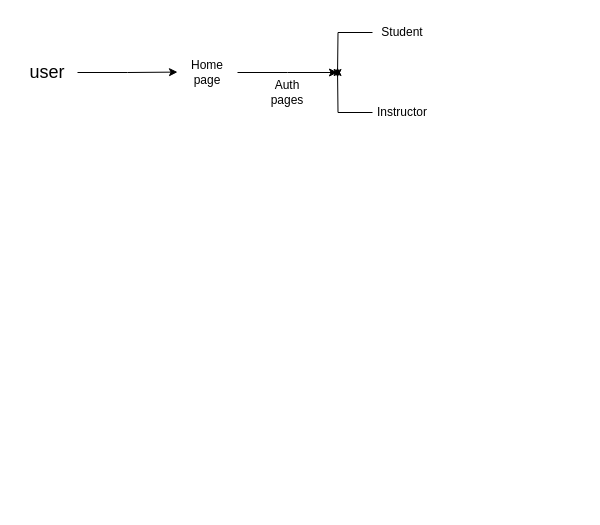
Above: docs/roadmap.drawio in ysdhuri312/lms-v2 (draw.io), before the change. Source tidied: cells renumbered, new cells numbered last; positions are measured from the earlier drawing's top-left corner, leaving out a move shared by most shapes. Both pictures are drawn from the tidied source at 100%, with x=0, y=0 at pixel (17, 17).
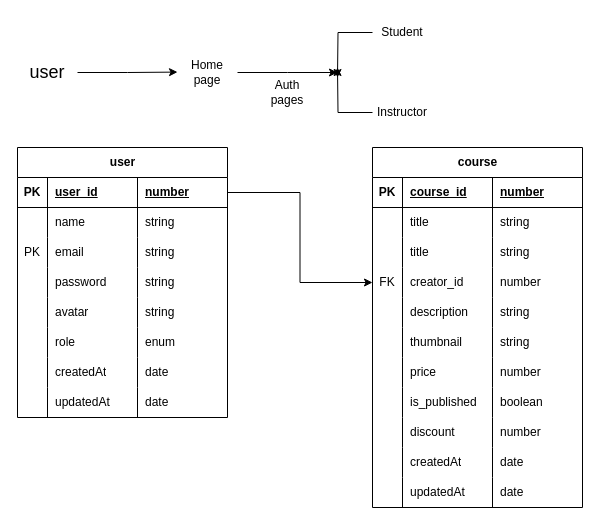
The same diagram, later.

Commit message (it also covers changes not shown here):
Update backend module

The edit, as a diff of the source:
```diff
@@
+    <mxCell id="11" value="user" style="shape=table;startSize=30;childLayout=tableLayout;rowLines=0;fontStyle=1;align=center;html=1;" parent="1" vertex="1">
+      <mxGeometry y="130" width="210" height="270" as="geometry" />
+    </mxCell>
+    <mxCell id="12" style="shape=tableRow;horizontal=0;startSize=0;swimlaneHead=0;swimlaneBody=0;fillColor=none;points=[[0,0.5],[1,0.5]];portConstraint=eastwest;top=0;left=0;right=0;bottom=1;" parent="11" vertex="1">
+      <mxGeometry y="30" width="210" height="30" as="geometry" />
+    </mxCell>
+    <mxCell id="13" value="PK" style="shape=partialRectangle;fillColor=none;top=0;left=0;bottom=0;right=0;fontStyle=1;overflow=hidden;whiteSpace=wrap;html=1;" parent="12" vertex="1">
+      <mxGeometry width="30" height="30" as="geometry" />
+    </mxCell>
+    <mxCell id="14" value="user_id" style="shape=partialRectangle;fillColor=none;top=0;left=0;bottom=0;right=0;align=left;spacingLeft=6;fontStyle=5;overflow=hidden;whiteSpace=wrap;html=1;" parent="12" vertex="1">
+      <mxGeometry x="30" width="90" height="30" as="geometry" />
+    </mxCell>
+    <mxCell id="15" value="number" style="shape=partialRectangle;fillColor=none;top=0;left=0;bottom=0;right=0;align=left;spacingLeft=6;fontStyle=5;overflow=hidden;whiteSpace=wrap;html=1;" parent="12" vertex="1">
+      <mxGeometry x="120" width="90" height="30" as="geometry" />
+    </mxCell>
+    <mxCell id="16" style="shape=tableRow;horizontal=0;startSize=0;swimlaneHead=0;swimlaneBody=0;fillColor=none;top=0;left=0;right=0;bottom=0;" parent="11" vertex="1">
+      <mxGeometry y="60" width="210" height="30" as="geometry" />
+    </mxCell>
+    <mxCell id="17" style="shape=partialRectangle;fillColor=none;top=0;left=0;bottom=0;right=0;overflow=hidden;whiteSpace=wrap;html=1;" parent="16" vertex="1">
+      <mxGeometry width="30" height="30" as="geometry" />
+    </mxCell>
+    <mxCell id="18" value="name" style="shape=partialRectangle;fillColor=none;top=0;left=0;bottom=0;right=0;align=left;spacingLeft=6;overflow=hidden;whiteSpace=wrap;html=1;" parent="16" vertex="1">
+      <mxGeometry x="30" width="90" height="30" as="geometry" />
+    </mxCell>
+    <mxCell id="19" value="string" style="shape=partialRectangle;fillColor=none;top=0;left=0;bottom=0;right=0;align=left;spacingLeft=6;overflow=hidden;whiteSpace=wrap;html=1;" parent="16" vertex="1">
+      <mxGeometry x="120" width="90" height="30" as="geometry" />
+    </mxCell>
+    <mxCell id="20" style="shape=tableRow;horizontal=0;startSize=0;swimlaneHead=0;swimlaneBody=0;fillColor=none;top=0;left=0;right=0;bottom=0;" parent="11" vertex="1">
+      <mxGeometry y="90" width="210" height="30" as="geometry" />
+    </mxCell>
+    <mxCell id="21" value="PK" style="shape=partialRectangle;fillColor=none;top=0;left=0;bottom=0;right=0;overflow=hidden;whiteSpace=wrap;html=1;" parent="20" vertex="1">
+      <mxGeometry width="30" height="30" as="geometry" />
+    </mxCell>
+    <mxCell id="22" value="email" style="shape=partialRectangle;fillColor=none;top=0;left=0;bottom=0;right=0;align=left;spacingLeft=6;overflow=hidden;whiteSpace=wrap;html=1;" parent="20" vertex="1">
+      <mxGeometry x="30" width="90" height="30" as="geometry" />
+    </mxCell>
+    <mxCell id="23" value="string" style="shape=partialRectangle;fillColor=none;top=0;left=0;bottom=0;right=0;align=left;spacingLeft=6;overflow=hidden;whiteSpace=wrap;html=1;" parent="20" vertex="1">
+      <mxGeometry x="120" width="90" height="30" as="geometry" />
+    </mxCell>
+    <mxCell id="24" style="shape=tableRow;horizontal=0;startSize=0;swimlaneHead=0;swimlaneBody=0;fillColor=none;top=0;left=0;right=0;bottom=0;" parent="11" vertex="1">
+      <mxGeometry y="120" width="210" height="30" as="geometry" />
+    </mxCell>
+    <mxCell id="25" style="shape=partialRectangle;fillColor=none;top=0;left=0;bottom=0;right=0;overflow=hidden;whiteSpace=wrap;html=1;" parent="24" vertex="1">
+      <mxGeometry width="30" height="30" as="geometry" />
+    </mxCell>
+    <mxCell id="26" value="password" style="shape=partialRectangle;fillColor=none;top=0;left=0;bottom=0;right=0;align=left;spacingLeft=6;overflow=hidden;whiteSpace=wrap;html=1;" parent="24" vertex="1">
+      <mxGeometry x="30" width="90" height="30" as="geometry" />
+    </mxCell>
+    <mxCell id="27" value="string" style="shape=partialRectangle;fillColor=none;top=0;left=0;bottom=0;right=0;align=left;spacingLeft=6;overflow=hidden;whiteSpace=wrap;html=1;" parent="24" vertex="1">
+      <mxGeometry x="120" width="90" height="30" as="geometry" />
+    </mxCell>
+    <mxCell id="28" style="shape=tableRow;horizontal=0;startSize=0;swimlaneHead=0;swimlaneBody=0;fillColor=none;top=0;left=0;right=0;bottom=0;" parent="11" vertex="1">
+      <mxGeometry y="150" width="210" height="30" as="geometry" />
+    </mxCell>
+    <mxCell id="29" style="shape=partialRectangle;fillColor=none;top=0;left=0;bottom=0;right=0;overflow=hidden;whiteSpace=wrap;html=1;" parent="28" vertex="1">
+      <mxGeometry width="30" height="30" as="geometry" />
+    </mxCell>
+    <mxCell id="30" value="avatar" style="shape=partialRectangle;fillColor=none;top=0;left=0;bottom=0;right=0;align=left;spacingLeft=6;overflow=hidden;whiteSpace=wrap;html=1;" parent="28" vertex="1">
+      <mxGeometry x="30" width="90" height="30" as="geometry" />
+    </mxCell>
+    <mxCell id="31" value="string" style="shape=partialRectangle;fillColor=none;top=0;left=0;bottom=0;right=0;align=left;spacingLeft=6;overflow=hidden;whiteSpace=wrap;html=1;" parent="28" vertex="1">
+      <mxGeometry x="120" width="90" height="30" as="geometry" />
+    </mxCell>
+    <mxCell id="32" style="shape=tableRow;horizontal=0;startSize=0;swimlaneHead=0;swimlaneBody=0;fillColor=none;top=0;left=0;right=0;bottom=0;" parent="11" vertex="1">
+      <mxGeometry y="180" width="210" height="30" as="geometry" />
+    </mxCell>
+    <mxCell id="33" style="shape=partialRectangle;fillColor=none;top=0;left=0;bottom=0;right=0;overflow=hidden;whiteSpace=wrap;html=1;" parent="32" vertex="1">
+      <mxGeometry width="30" height="30" as="geometry" />
+    </mxCell>
+    <mxCell id="34" value="role" style="shape=partialRectangle;fillColor=none;top=0;left=0;bottom=0;right=0;align=left;spacingLeft=6;overflow=hidden;whiteSpace=wrap;html=1;" parent="32" vertex="1">
+      <mxGeometry x="30" width="90" height="30" as="geometry" />
+    </mxCell>
+    <mxCell id="35" value="enum" style="shape=partialRectangle;fillColor=none;top=0;left=0;bottom=0;right=0;align=left;spacingLeft=6;overflow=hidden;whiteSpace=wrap;html=1;" parent="32" vertex="1">
+      <mxGeometry x="120" width="90" height="30" as="geometry" />
+    </mxCell>
+    <mxCell id="36" style="shape=tableRow;horizontal=0;startSize=0;swimlaneHead=0;swimlaneBody=0;fillColor=none;top=0;left=0;right=0;bottom=0;" parent="11" vertex="1">
+      <mxGeometry y="210" width="210" height="30" as="geometry" />
+    </mxCell>
+    <mxCell id="37" style="shape=partialRectangle;fillColor=none;top=0;left=0;bottom=0;right=0;overflow=hidden;whiteSpace=wrap;html=1;" parent="36" vertex="1">
+      <mxGeometry width="30" height="30" as="geometry" />
+    </mxCell>
+    <mxCell id="38" value="createdAt" style="shape=partialRectangle;fillColor=none;top=0;left=0;bottom=0;right=0;align=left;spacingLeft=6;overflow=hidden;whiteSpace=wrap;html=1;" parent="36" vertex="1">
+      <mxGeometry x="30" width="90" height="30" as="geometry" />
+    </mxCell>
+    <mxCell id="39" value="date" style="shape=partialRectangle;fillColor=none;top=0;left=0;bottom=0;right=0;align=left;spacingLeft=6;overflow=hidden;whiteSpace=wrap;html=1;" parent="36" vertex="1">
+      <mxGeometry x="120" width="90" height="30" as="geometry" />
+    </mxCell>
+    <mxCell id="40" style="shape=tableRow;horizontal=0;startSize=0;swimlaneHead=0;swimlaneBody=0;fillColor=none;top=0;left=0;right=0;bottom=0;" parent="11" vertex="1">
+      <mxGeometry y="240" width="210" height="30" as="geometry" />
+    </mxCell>
+    <mxCell id="41" style="shape=partialRectangle;fillColor=none;top=0;left=0;bottom=0;right=0;overflow=hidden;whiteSpace=wrap;html=1;" parent="40" vertex="1">
+      <mxGeometry width="30" height="30" as="geometry" />
+    </mxCell>
+    <mxCell id="42" value="updatedAt" style="shape=partialRectangle;fillColor=none;top=0;left=0;bottom=0;right=0;align=left;spacingLeft=6;overflow=hidden;whiteSpace=wrap;html=1;" parent="40" vertex="1">
+      <mxGeometry x="30" width="90" height="30" as="geometry" />
+    </mxCell>
+    <mxCell id="43" value="date" style="shape=partialRectangle;fillColor=none;top=0;left=0;bottom=0;right=0;align=left;spacingLeft=6;overflow=hidden;whiteSpace=wrap;html=1;" parent="40" vertex="1">
+      <mxGeometry x="120" width="90" height="30" as="geometry" />
+    </mxCell>
+    <mxCell id="44" value="course" style="shape=table;startSize=30;childLayout=tableLayout;rowLines=0;fontStyle=1;align=center;html=1;" parent="1" vertex="1">
+      <mxGeometry x="355" y="130" width="210" height="360" as="geometry" />
+    </mxCell>
+    <mxCell id="45" style="shape=tableRow;horizontal=0;startSize=0;swimlaneHead=0;swimlaneBody=0;fillColor=none;top=0;left=0;right=0;bottom=1;" parent="44" vertex="1">
+      <mxGeometry y="30" width="210" height="30" as="geometry" />
+    </mxCell>
+    <mxCell id="46" value="PK" style="shape=partialRectangle;fillColor=none;top=0;left=0;bottom=0;right=0;fontStyle=1;overflow=hidden;whiteSpace=wrap;html=1;" parent="45" vertex="1">
+      <mxGeometry width="30" height="30" as="geometry" />
+    </mxCell>
+    <mxCell id="47" value="course_id" style="shape=partialRectangle;fillColor=none;top=0;left=0;bottom=0;right=0;align=left;spacingLeft=6;fontStyle=5;overflow=hidden;whiteSpace=wrap;html=1;" parent="45" vertex="1">
+      <mxGeometry x="30" width="90" height="30" as="geometry" />
+    </mxCell>
+    <mxCell id="48" value="number" style="shape=partialRectangle;fillColor=none;top=0;left=0;bottom=0;right=0;align=left;spacingLeft=6;fontStyle=5;overflow=hidden;whiteSpace=wrap;html=1;" parent="45" vertex="1">
+      <mxGeometry x="120" width="90" height="30" as="geometry" />
+    </mxCell>
+    <mxCell id="49" style="shape=tableRow;horizontal=0;startSize=0;swimlaneHead=0;swimlaneBody=0;fillColor=none;top=0;left=0;right=0;bottom=0;" parent="44" vertex="1">
+      <mxGeometry y="60" width="210" height="30" as="geometry" />
+    </mxCell>
+    <mxCell id="50" style="shape=partialRectangle;fillColor=none;top=0;left=0;bottom=0;right=0;overflow=hidden;whiteSpace=wrap;html=1;" parent="49" vertex="1">
+      <mxGeometry width="30" height="30" as="geometry" />
+    </mxCell>
+    <mxCell id="51" value="title" style="shape=partialRectangle;fillColor=none;top=0;left=0;bottom=0;right=0;align=left;spacingLeft=6;overflow=hidden;whiteSpace=wrap;html=1;" parent="49" vertex="1">
+      <mxGeometry x="30" width="90" height="30" as="geometry" />
+    </mxCell>
+    <mxCell id="52" value="string" style="shape=partialRectangle;fillColor=none;top=0;left=0;bottom=0;right=0;align=left;spacingLeft=6;overflow=hidden;whiteSpace=wrap;html=1;" parent="49" vertex="1">
+      <mxGeometry x="120" width="90" height="30" as="geometry" />
+    </mxCell>
+    <mxCell id="53" style="shape=tableRow;horizontal=0;startSize=0;swimlaneHead=0;swimlaneBody=0;fillColor=none;top=0;left=0;right=0;bottom=0;" parent="44" vertex="1">
+      <mxGeometry y="90" width="210" height="30" as="geometry" />
+    </mxCell>
+    <mxCell id="54" style="shape=partialRectangle;fillColor=none;top=0;left=0;bottom=0;right=0;overflow=hidden;whiteSpace=wrap;html=1;" parent="53" vertex="1">
+      <mxGeometry width="30" height="30" as="geometry" />
+    </mxCell>
+    <mxCell id="55" value="title" style="shape=partialRectangle;fillColor=none;top=0;left=0;bottom=0;right=0;align=left;spacingLeft=6;overflow=hidden;whiteSpace=wrap;html=1;" parent="53" vertex="1">
+      <mxGeometry x="30" width="90" height="30" as="geometry" />
+    </mxCell>
+    <mxCell id="56" value="string" style="shape=partialRectangle;fillColor=none;top=0;left=0;bottom=0;right=0;align=left;spacingLeft=6;overflow=hidden;whiteSpace=wrap;html=1;" parent="53" vertex="1">
+      <mxGeometry x="120" width="90" height="30" as="geometry" />
+    </mxCell>
+    <mxCell id="57" style="shape=tableRow;horizontal=0;startSize=0;swimlaneHead=0;swimlaneBody=0;fillColor=none;points=[[0,0.5],[1,0.5]];portConstraint=eastwest;top=0;left=0;right=0;bottom=0;" parent="44" vertex="1">
+      <mxGeometry y="120" width="210" height="30" as="geometry" />
+    </mxCell>
+    <mxCell id="58" value="FK" style="shape=partialRectangle;fillColor=none;top=0;left=0;bottom=0;right=0;overflow=hidden;whiteSpace=wrap;html=1;" parent="57" vertex="1">
+      <mxGeometry width="30" height="30" as="geometry" />
+    </mxCell>
+    <mxCell id="59" value="creator_id&lt;span style=&quot;white-space: pre;&quot;&gt;&#9;&lt;/span&gt;" style="shape=partialRectangle;fillColor=none;top=0;left=0;bottom=0;right=0;align=left;spacingLeft=6;overflow=hidden;whiteSpace=wrap;html=1;" parent="57" vertex="1">
+      <mxGeometry x="30" width="90" height="30" as="geometry" />
+    </mxCell>
+    <mxCell id="60" value="number" style="shape=partialRectangle;fillColor=none;top=0;left=0;bottom=0;right=0;align=left;spacingLeft=6;overflow=hidden;whiteSpace=wrap;html=1;" parent="57" vertex="1">
+      <mxGeometry x="120" width="90" height="30" as="geometry" />
+    </mxCell>
+    <mxCell id="61" style="shape=tableRow;horizontal=0;startSize=0;swimlaneHead=0;swimlaneBody=0;fillColor=none;top=0;left=0;right=0;bottom=0;" parent="44" vertex="1">
+      <mxGeometry y="150" width="210" height="30" as="geometry" />
+    </mxCell>
+    <mxCell id="62" style="shape=partialRectangle;fillColor=none;top=0;left=0;bottom=0;right=0;overflow=hidden;whiteSpace=wrap;html=1;" parent="61" vertex="1">
+      <mxGeometry width="30" height="30" as="geometry" />
+    </mxCell>
+    <mxCell id="63" value="description" style="shape=partialRectangle;fillColor=none;top=0;left=0;bottom=0;right=0;align=left;spacingLeft=6;overflow=hidden;whiteSpace=wrap;html=1;" parent="61" vertex="1">
+      <mxGeometry x="30" width="90" height="30" as="geometry" />
+    </mxCell>
+    <mxCell id="64" value="string" style="shape=partialRectangle;fillColor=none;top=0;left=0;bottom=0;right=0;align=left;spacingLeft=6;overflow=hidden;whiteSpace=wrap;html=1;" parent="61" vertex="1">
+      <mxGeometry x="120" width="90" height="30" as="geometry" />
+    </mxCell>
+    <mxCell id="65" style="shape=tableRow;horizontal=0;startSize=0;swimlaneHead=0;swimlaneBody=0;fillColor=none;top=0;left=0;right=0;bottom=0;" parent="44" vertex="1">
+      <mxGeometry y="180" width="210" height="30" as="geometry" />
+    </mxCell>
+    <mxCell id="66" style="shape=partialRectangle;fillColor=none;top=0;left=0;bottom=0;right=0;overflow=hidden;whiteSpace=wrap;html=1;" parent="65" vertex="1">
+      <mxGeometry width="30" height="30" as="geometry" />
+    </mxCell>
+    <mxCell id="67" value="thumbnail" style="shape=partialRectangle;fillColor=none;top=0;left=0;bottom=0;right=0;align=left;spacingLeft=6;overflow=hidden;whiteSpace=wrap;html=1;" parent="65" vertex="1">
+      <mxGeometry x="30" width="90" height="30" as="geometry" />
+    </mxCell>
+    <mxCell id="68" value="string" style="shape=partialRectangle;fillColor=none;top=0;left=0;bottom=0;right=0;align=left;spacingLeft=6;overflow=hidden;whiteSpace=wrap;html=1;" parent="65" vertex="1">
+      <mxGeometry x="120" width="90" height="30" as="geometry" />
+    </mxCell>
+    <mxCell id="69" style="shape=tableRow;horizontal=0;startSize=0;swimlaneHead=0;swimlaneBody=0;fillColor=none;top=0;left=0;right=0;bottom=0;" parent="44" vertex="1">
+      <mxGeometry y="210" width="210" height="30" as="geometry" />
+    </mxCell>
+    <mxCell id="70" style="shape=partialRectangle;fillColor=none;top=0;left=0;bottom=0;right=0;overflow=hidden;whiteSpace=wrap;html=1;" parent="69" vertex="1">
+      <mxGeometry width="30" height="30" as="geometry" />
+    </mxCell>
+    <mxCell id="71" value="price" style="shape=partialRectangle;fillColor=none;top=0;left=0;bottom=0;right=0;align=left;spacingLeft=6;overflow=hidden;whiteSpace=wrap;html=1;" parent="69" vertex="1">
+      <mxGeometry x="30" width="90" height="30" as="geometry" />
+    </mxCell>
+    <mxCell id="72" value="number" style="shape=partialRectangle;fillColor=none;top=0;left=0;bottom=0;right=0;align=left;spacingLeft=6;overflow=hidden;whiteSpace=wrap;html=1;" parent="69" vertex="1">
+      <mxGeometry x="120" width="90" height="30" as="geometry" />
+    </mxCell>
+    <mxCell id="73" style="shape=tableRow;horizontal=0;startSize=0;swimlaneHead=0;swimlaneBody=0;fillColor=none;top=0;left=0;right=0;bottom=0;" parent="44" vertex="1">
+      <mxGeometry y="240" width="210" height="30" as="geometry" />
+    </mxCell>
+    <mxCell id="74" style="shape=partialRectangle;fillColor=none;top=0;left=0;bottom=0;right=0;overflow=hidden;whiteSpace=wrap;html=1;" parent="73" vertex="1">
+      <mxGeometry width="30" height="30" as="geometry" />
+    </mxCell>
+    <mxCell id="75" value="is_published" style="shape=partialRectangle;fillColor=none;top=0;left=0;bottom=0;right=0;align=left;spacingLeft=6;overflow=hidden;whiteSpace=wrap;html=1;" parent="73" vertex="1">
+      <mxGeometry x="30" width="90" height="30" as="geometry" />
+    </mxCell>
+    <mxCell id="76" value="boolean" style="shape=partialRectangle;fillColor=none;top=0;left=0;bottom=0;right=0;align=left;spacingLeft=6;overflow=hidden;whiteSpace=wrap;html=1;" parent="73" vertex="1">
+      <mxGeometry x="120" width="90" height="30" as="geometry" />
+    </mxCell>
+    <mxCell id="77" style="shape=tableRow;horizontal=0;startSize=0;swimlaneHead=0;swimlaneBody=0;fillColor=none;top=0;left=0;right=0;bottom=0;" parent="44" vertex="1">
+      <mxGeometry y="270" width="210" height="30" as="geometry" />
+    </mxCell>
+    <mxCell id="78" style="shape=partialRectangle;fillColor=none;top=0;left=0;bottom=0;right=0;overflow=hidden;whiteSpace=wrap;html=1;" parent="77" vertex="1">
+      <mxGeometry width="30" height="30" as="geometry" />
+    </mxCell>
+    <mxCell id="79" value="discount" style="shape=partialRectangle;fillColor=none;top=0;left=0;bottom=0;right=0;align=left;spacingLeft=6;overflow=hidden;whiteSpace=wrap;html=1;" parent="77" vertex="1">
+      <mxGeometry x="30" width="90" height="30" as="geometry" />
+    </mxCell>
+    <mxCell id="80" value="number" style="shape=partialRectangle;fillColor=none;top=0;left=0;bottom=0;right=0;align=left;spacingLeft=6;overflow=hidden;whiteSpace=wrap;html=1;" parent="77" vertex="1">
+      <mxGeometry x="120" width="90" height="30" as="geometry" />
+    </mxCell>
+    <mxCell id="81" style="shape=tableRow;horizontal=0;startSize=0;swimlaneHead=0;swimlaneBody=0;fillColor=none;top=0;left=0;right=0;bottom=0;" parent="44" vertex="1">
+      <mxGeometry y="300" width="210" height="30" as="geometry" />
+    </mxCell>
+    <mxCell id="82" style="shape=partialRectangle;fillColor=none;top=0;left=0;bottom=0;right=0;overflow=hidden;whiteSpace=wrap;html=1;" parent="81" vertex="1">
+      <mxGeometry width="30" height="30" as="geometry" />
+    </mxCell>
+    <mxCell id="83" value="createdAt" style="shape=partialRectangle;fillColor=none;top=0;left=0;bottom=0;right=0;align=left;spacingLeft=6;overflow=hidden;whiteSpace=wrap;html=1;" parent="81" vertex="1">
+      <mxGeometry x="30" width="90" height="30" as="geometry" />
+    </mxCell>
+    <mxCell id="84" value="date" style="shape=partialRectangle;fillColor=none;top=0;left=0;bottom=0;right=0;align=left;spacingLeft=6;overflow=hidden;whiteSpace=wrap;html=1;" parent="81" vertex="1">
+      <mxGeometry x="120" width="90" height="30" as="geometry" />
+    </mxCell>
+    <mxCell id="85" style="shape=tableRow;horizontal=0;startSize=0;swimlaneHead=0;swimlaneBody=0;fillColor=none;top=0;left=0;right=0;bottom=0;" parent="44" vertex="1">
+      <mxGeometry y="330" width="210" height="30" as="geometry" />
+    </mxCell>
+    <mxCell id="86" style="shape=partialRectangle;fillColor=none;top=0;left=0;bottom=0;right=0;overflow=hidden;whiteSpace=wrap;html=1;" parent="85" vertex="1">
+      <mxGeometry width="30" height="30" as="geometry" />
+    </mxCell>
+    <mxCell id="87" value="updatedAt" style="shape=partialRectangle;fillColor=none;top=0;left=0;bottom=0;right=0;align=left;spacingLeft=6;overflow=hidden;whiteSpace=wrap;html=1;" parent="85" vertex="1">
+      <mxGeometry x="30" width="90" height="30" as="geometry" />
+    </mxCell>
+    <mxCell id="88" value="date" style="shape=partialRectangle;fillColor=none;top=0;left=0;bottom=0;right=0;align=left;spacingLeft=6;overflow=hidden;whiteSpace=wrap;html=1;" parent="85" vertex="1">
+      <mxGeometry x="120" width="90" height="30" as="geometry" />
+    </mxCell>
+    <mxCell id="89" style="edgeStyle=orthogonalEdgeStyle;rounded=0;jettySize=auto;html=1;exitX=1;exitY=0.5;exitDx=0;exitDy=0;entryX=0;entryY=0.5;entryDx=0;entryDy=0;" parent="1" edge="1" source="12" target="57">
+      <mxGeometry relative="1" as="geometry" />
+    </mxCell>
```
